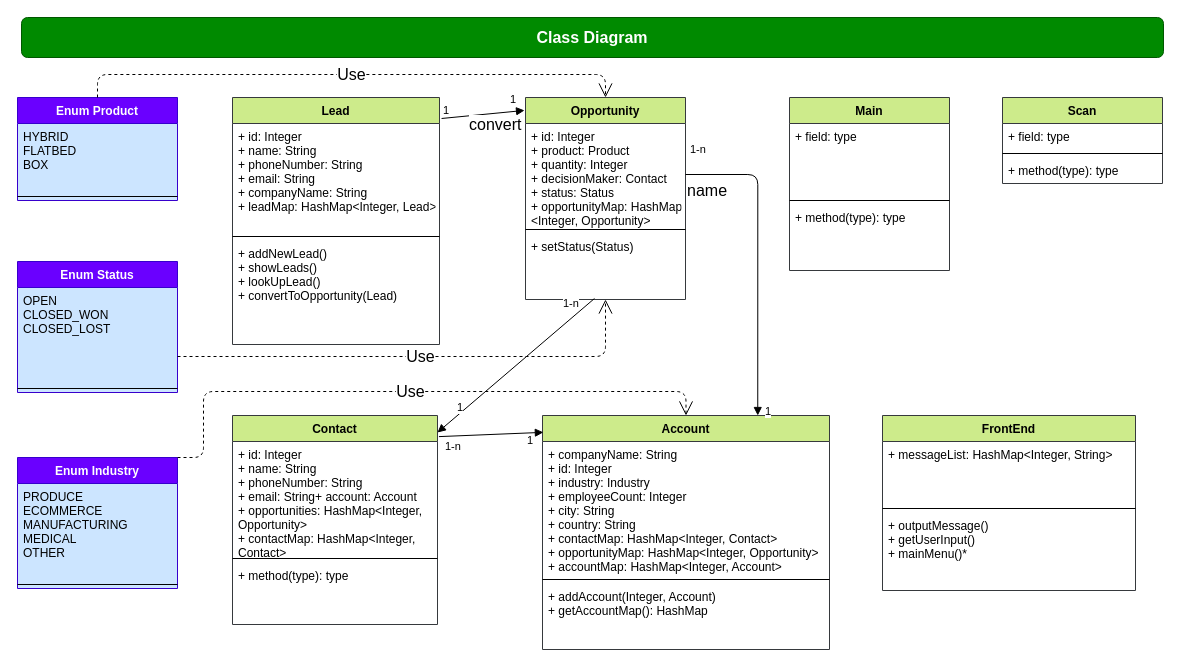
Before: docs/ClassDiagram_CRM.drawio in kemilk/leanCRM, a draw.io diagram. Source tidied: cells renumbered, new cells numbered last; positions are measured from the earlier drawing's top-left corner, leaving out a move shared by most shapes. Both pictures are drawn from the tidied source at 100%, with x=0, y=0 at pixel (17, 17).
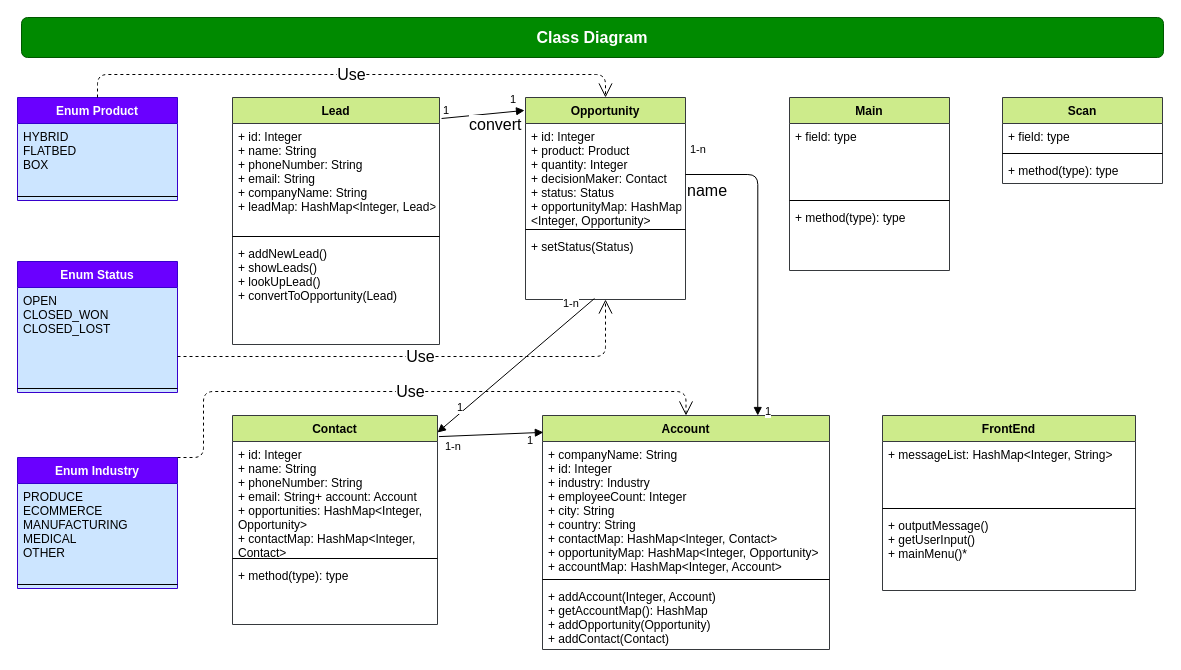
The same page after the edit.

Commit message:
Update Class Diagramm Methoden Account Class

Unchanged cells that the change refers to:
```xml
<mxCell id="17" value="Account" style="swimlane;fontStyle=1;align=center;verticalAlign=top;horizontal=1;startSize=26;fillColor=#cdeb8b;strokeColor=#36393d;" parent="1" vertex="1">
  <mxGeometry x="525" y="398" width="287" height="234" as="geometry" />
</mxCell>
```

Diff of the diagram source:
```diff
@@
-    <mxCell id="20" value="+ addAccount(Integer, Account)&#10;+ getAccountMap(): HashMap&#10;" style="text;strokeColor=none;fillColor=none;align=left;verticalAlign=top;spacingLeft=4;spacingRight=4;overflow=hidden;" parent="17" vertex="1">
+    <mxCell id="20" value="+ addAccount(Integer, Account)&#10;+ getAccountMap(): HashMap&#10;+ addOpportunity(Opportunity)&#10;+ addContact(Contact)&#10;&#10;" style="text;strokeColor=none;fillColor=none;align=left;verticalAlign=top;spacingLeft=4;spacingRight=4;overflow=hidden;" parent="17" vertex="1">
       <mxGeometry y="168" width="287" height="66" as="geometry" />
     </mxCell>
```
